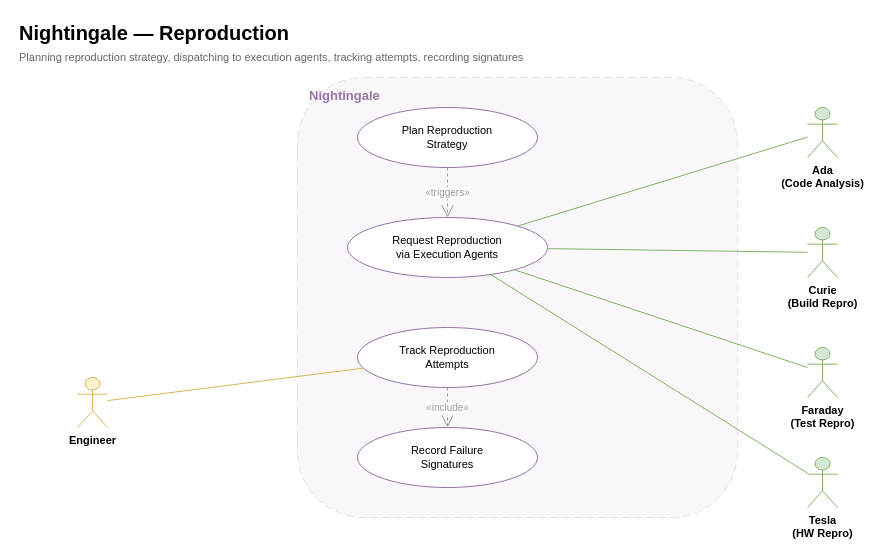
Before: page "3 — Reproduction" (3 of 4) of docs/diagrams/workforce/NIGHTINGALE_USE_CASE.drawio in jmac-cornelis/agent-workforce, a draw.io diagram. Source tidied: cells renumbered, new cells numbered last; positions are measured from the earlier drawing's top-left corner, leaving out a move shared by most shapes. Both pictures are drawn from the tidied source at 100%, with x=0, y=0 at pixel (17, 17).
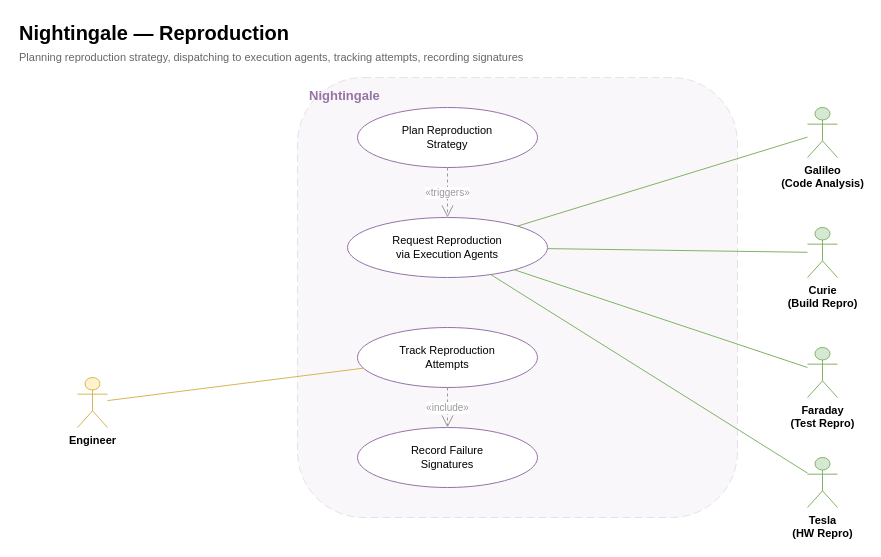
The same diagram, later.

What changed in the source:
```diff
@@
-    <mxCell id="6" value="Ada&lt;br&gt;(Code Analysis)" style="shape=umlActor;verticalLabelPosition=bottom;verticalAlign=top;html=1;outlineConnect=0;fontSize=11;fontStyle=1;fillColor=#d5e8d4;strokeColor=#82b366;" parent="1" vertex="1">
+    <mxCell id="6" value="Galileo&lt;br&gt;(Code Analysis)" style="shape=umlActor;verticalLabelPosition=bottom;verticalAlign=top;html=1;outlineConnect=0;fontSize=11;fontStyle=1;fillColor=#d5e8d4;strokeColor=#82b366;" parent="1" vertex="1">
       <mxGeometry x="790" y="90" width="30" height="50" as="geometry" />
     </mxCell>
```
